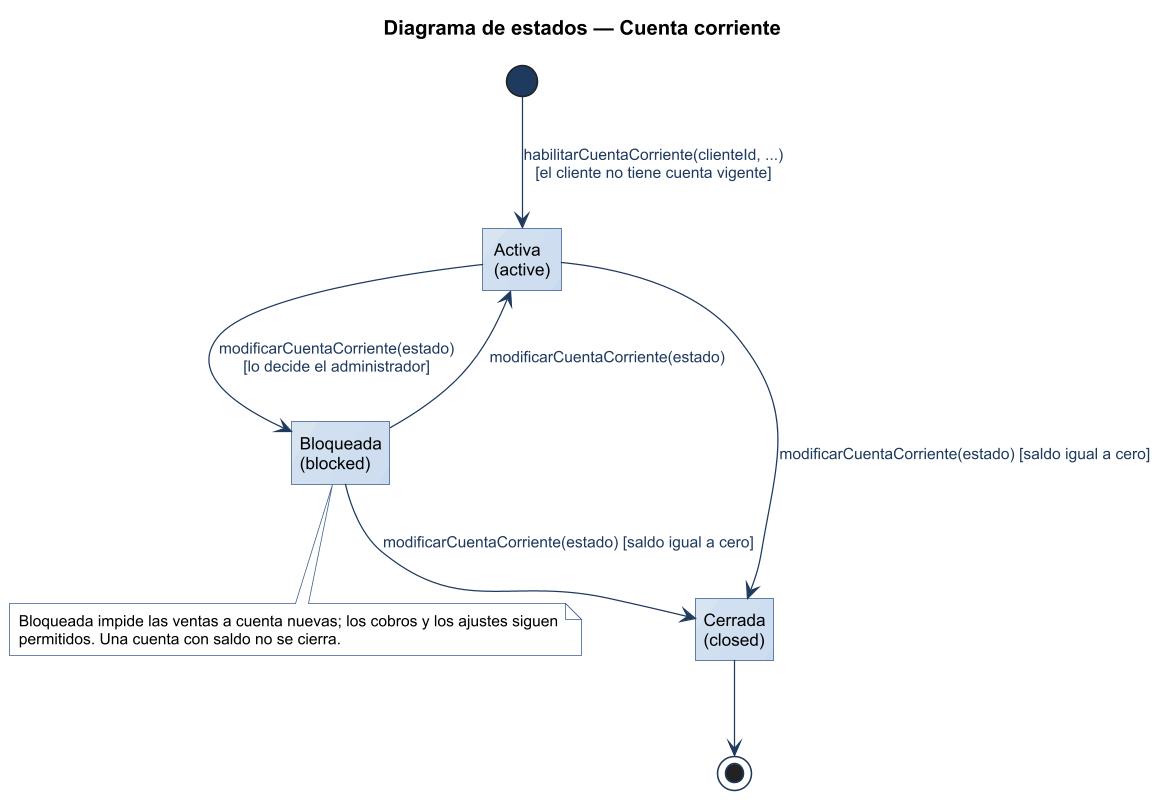
Before: diagramas/uml/UML_Estados_CuentaCorriente.png, a diagram exported from PlantUML (Nahuelito-Dev/splg-docs).
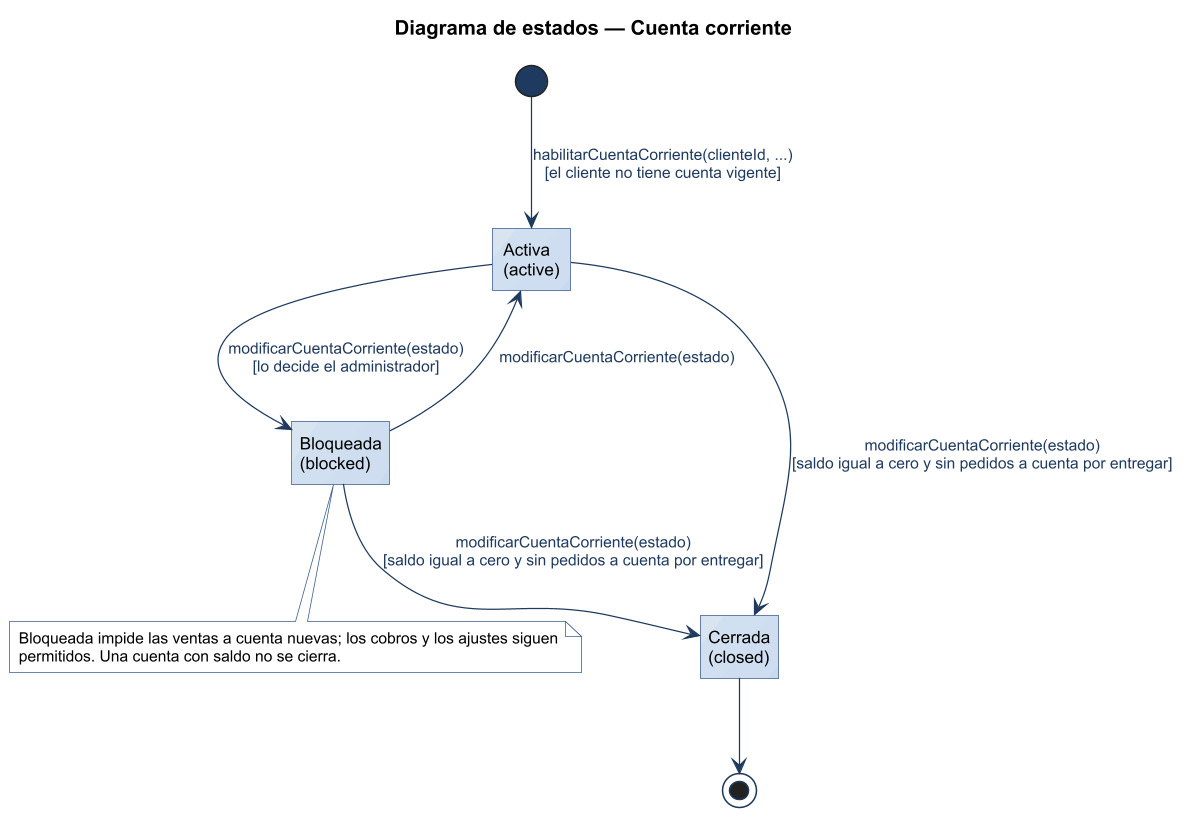
Above is the later version.

What changed in the source:
```diff
@@ -9,8 +9,8 @@
 [*] --> ACT : habilitarCuentaCorriente(clienteId, ...)\n[el cliente no tiene cuenta vigente]
 ACT --> BLO : modificarCuentaCorriente(estado)\n[lo decide el administrador]
 BLO --> ACT : modificarCuentaCorriente(estado)
-ACT --> CER : modificarCuentaCorriente(estado) [saldo igual a cero]
-BLO --> CER : modificarCuentaCorriente(estado) [saldo igual a cero]
+ACT --> CER : modificarCuentaCorriente(estado)\n[saldo igual a cero y sin pedidos a cuenta por entregar]
+BLO --> CER : modificarCuentaCorriente(estado)\n[saldo igual a cero y sin pedidos a cuenta por entregar]
 CER --> [*]
 
 note bottom of BLO
```
